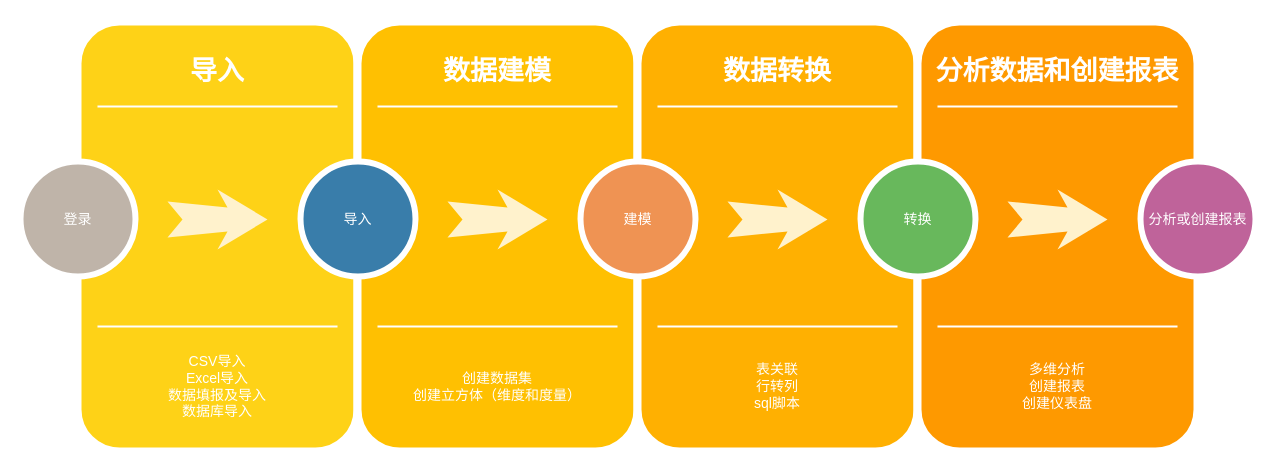
hesiwei/diagrams keeps this draw.io diagram as Untitled Diagram.drawio. Above is the earlier version. Source tidied: cells renumbered, new cells numbered last; positions are measured from the earlier drawing's top-left corner, leaving out a move shared by most shapes. Both pictures are drawn from the tidied source at 100%, with x=0, y=0 at pixel (20, 21).
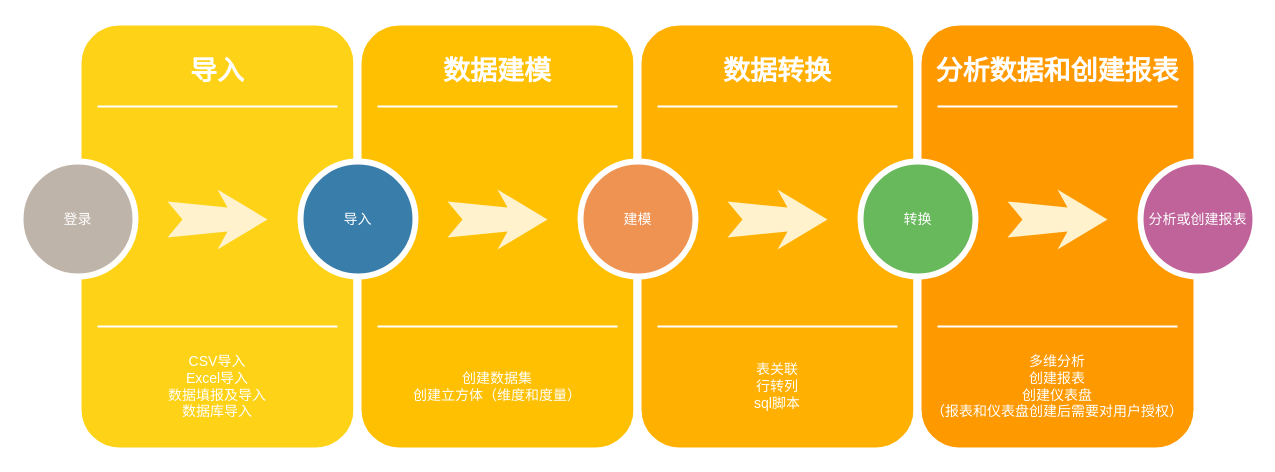
The same diagram, later.

Commit message (it also covers changes not shown here):
乾坤BI操作流程.drawio

Change to the diagram source:
```diff
@@
-    <mxCell id="25" value="多维分析&lt;br&gt;创建报表&lt;br&gt;创建仪表盘" style="text;html=1;strokeColor=none;fillColor=none;align=center;verticalAlign=middle;whiteSpace=wrap;rounded=0;shadow=0;fontSize=14;fontColor=#FFFFFF;" parent="1" vertex="1">
+    <mxCell id="25" value="多维分析&lt;br&gt;创建报表&lt;br&gt;创建仪表盘&lt;br&gt;（报表和仪表盘创建后需要对用户授权）" style="text;html=1;strokeColor=none;fillColor=none;align=center;verticalAlign=middle;whiteSpace=wrap;rounded=0;shadow=0;fontSize=14;fontColor=#FFFFFF;" parent="1" vertex="1">
       <mxGeometry x="897" y="320" width="280" height="90" as="geometry" />
     </mxCell>
```
